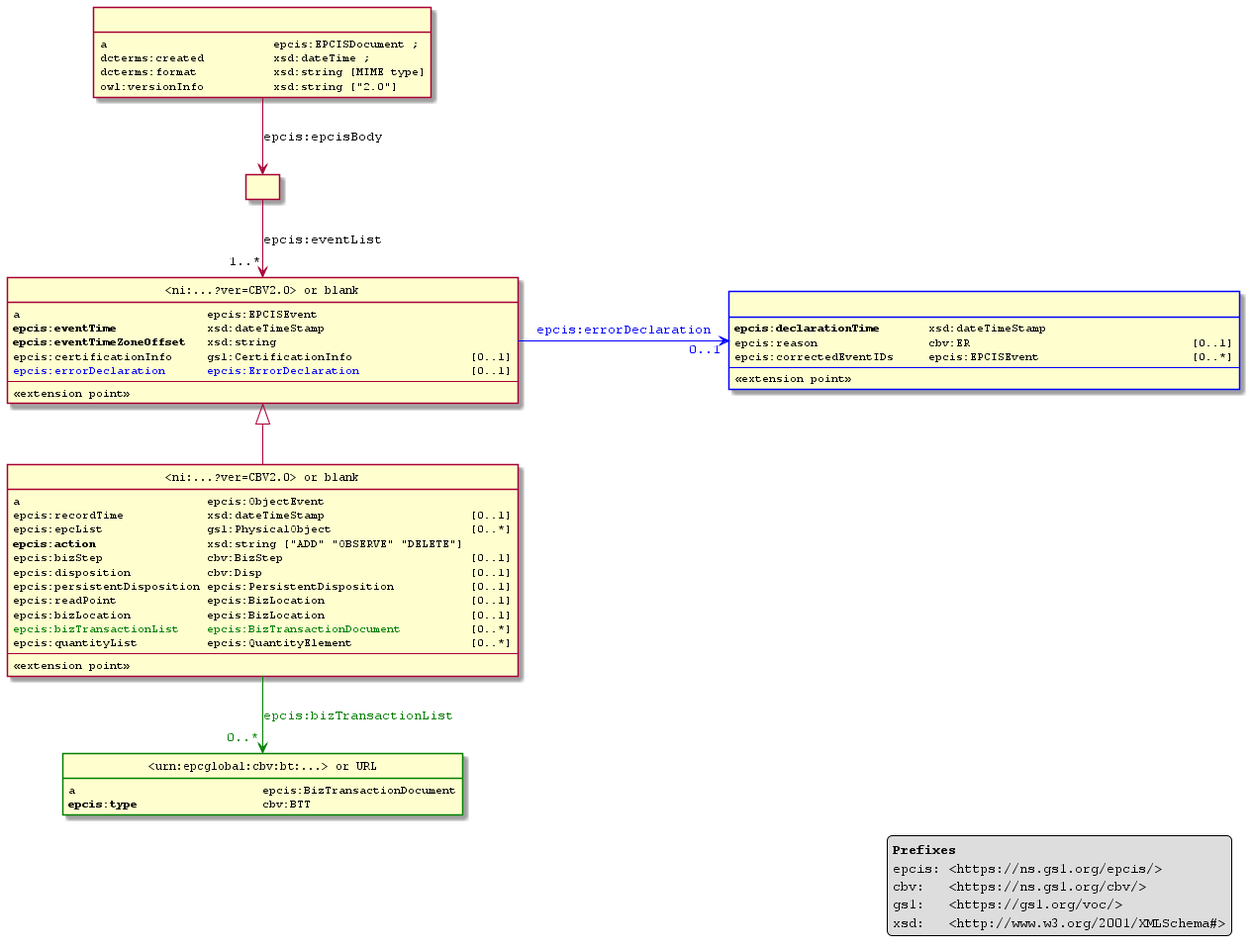
gs1/EPCIS keeps this PlantUML diagram as Diagrams/ontology-partial-diagram.png. Above is the earlier version.
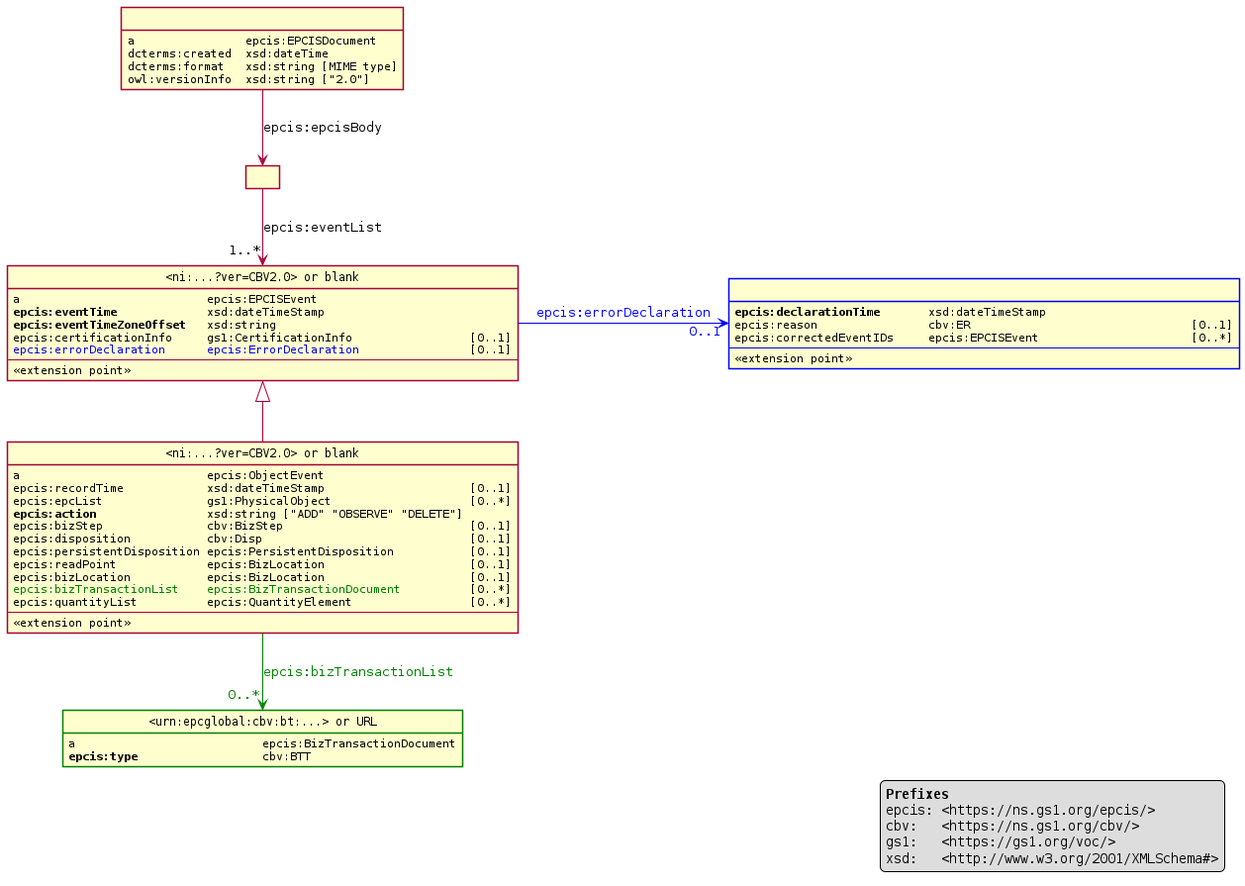
The same diagram one commit later.

The edit, as a diff of the source:
```diff
@@ -3,6 +3,7 @@
 hide empty methods
 hide circle
 skinparam defaultFontName DialogInput
+skinparam shadowing false
 
 legend bottom right
 **Prefixes**
@@ -13,10 +14,10 @@
 end legend
 
 class EPCISDocument as " " {
- a                        epcis:EPCISDocument ;
- dcterms:created          xsd:dateTime ;
- dcterms:format           xsd:string [MIME type]
- owl:versionInfo          xsd:string ["2.0"]
+ a                epcis:EPCISDocument
+ dcterms:created  xsd:dateTime
+ dcterms:format   xsd:string [MIME type]
+ owl:versionInfo  xsd:string ["2.0"]
 }
 
 class EPCISEvent as "<ni:...?ver=CBV2.0> or blank" {
```
